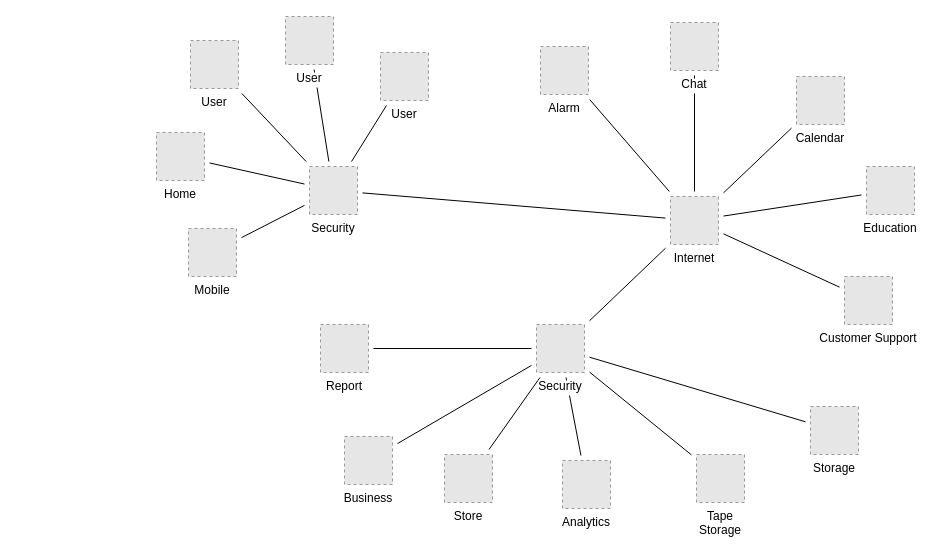
Before: 제목 없는 다이어그램.drawio in sentimentalhoon/sam9moFinance, a draw.io diagram. Source tidied: cells renumbered, new cells numbered last; positions are measured from the earlier drawing's top-left corner, leaving out a move shared by most shapes. Both pictures are drawn from the tidied source at 100%, with x=0, y=0 at pixel (156, 16). Pictures stored in the file or linked from it are replaced by grey dashed boxes.
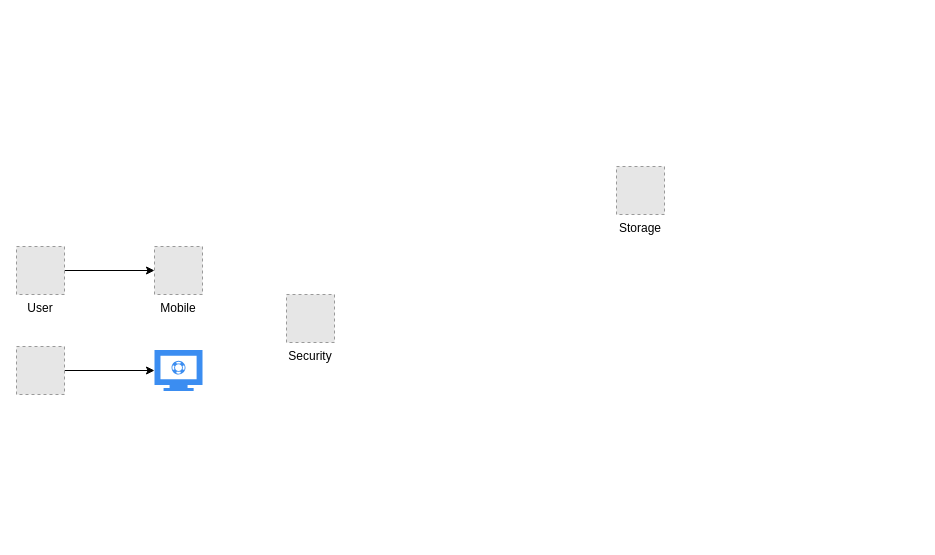
The same page after the edit.

Commit message:
제목 없는 다이어그램.drawio 업데이트

Change to the diagram source:
```diff
@@
-    <mxCell id="2" style="edgeStyle=none;rounded=0;jettySize=auto;html=1;sourcePerimeterSpacing=5;endArrow=none;endFill=0;targetPerimeterSpacing=5;" parent="1" edge="1" source="21" target="31">
-      <mxGeometry relative="1" as="geometry" />
-    </mxCell>
-    <mxCell id="3" style="edgeStyle=none;rounded=0;jettySize=auto;html=1;sourcePerimeterSpacing=5;endArrow=none;endFill=0;targetPerimeterSpacing=5;" parent="1" edge="1" source="24" target="31">
-      <mxGeometry relative="1" as="geometry" />
-    </mxCell>
-    <mxCell id="4" style="edgeStyle=none;rounded=0;jettySize=auto;html=1;sourcePerimeterSpacing=5;endArrow=none;endFill=0;targetPerimeterSpacing=5;" parent="1" edge="1" source="30" target="26">
-      <mxGeometry relative="1" as="geometry" />
-    </mxCell>
-    <mxCell id="5" style="edgeStyle=none;rounded=0;jettySize=auto;html=1;sourcePerimeterSpacing=5;endArrow=none;endFill=0;targetPerimeterSpacing=5;" parent="1" edge="1" source="30" target="22">
-      <mxGeometry relative="1" as="geometry" />
-    </mxCell>
-    <mxCell id="6" style="edgeStyle=none;rounded=0;jettySize=auto;html=1;sourcePerimeterSpacing=5;endArrow=none;endFill=0;targetPerimeterSpacing=5;" parent="1" edge="1" source="30" target="32">
-      <mxGeometry relative="1" as="geometry" />
-    </mxCell>
-    <mxCell id="7" style="edgeStyle=none;rounded=0;jettySize=auto;html=1;sourcePerimeterSpacing=5;endArrow=none;endFill=0;targetPerimeterSpacing=5;" parent="1" edge="1" source="30" target="25">
-      <mxGeometry relative="1" as="geometry" />
-    </mxCell>
-    <mxCell id="8" style="edgeStyle=none;rounded=0;jettySize=auto;html=1;sourcePerimeterSpacing=5;endArrow=none;endFill=0;targetPerimeterSpacing=5;" parent="1" edge="1" source="30" target="23">
-      <mxGeometry relative="1" as="geometry" />
-    </mxCell>
-    <mxCell id="9" style="edgeStyle=none;rounded=0;jettySize=auto;html=1;sourcePerimeterSpacing=5;endArrow=none;endFill=0;targetPerimeterSpacing=5;" parent="1" edge="1" source="30" target="38">
-      <mxGeometry relative="1" as="geometry" />
-    </mxCell>
-    <mxCell id="10" style="edgeStyle=none;rounded=0;jettySize=auto;html=1;sourcePerimeterSpacing=5;endArrow=none;endFill=0;targetPerimeterSpacing=5;" parent="1" edge="1" source="31" target="30">
-      <mxGeometry relative="1" as="geometry" />
-    </mxCell>
-    <mxCell id="11" style="edgeStyle=none;rounded=0;jettySize=auto;html=1;sourcePerimeterSpacing=5;endArrow=none;endFill=0;targetPerimeterSpacing=5;" parent="1" edge="1" source="35" target="31">
-      <mxGeometry relative="1" as="geometry" />
-    </mxCell>
-    <mxCell id="12" style="rounded=0;jettySize=auto;html=1;endArrow=none;endFill=0;sourcePerimeterSpacing=5;targetPerimeterSpacing=5;" parent="1" edge="1" source="36" target="31">
-      <mxGeometry relative="1" as="geometry" />
-    </mxCell>
-    <mxCell id="13" style="edgeStyle=none;rounded=0;jettySize=auto;html=1;sourcePerimeterSpacing=5;endArrow=none;endFill=0;targetPerimeterSpacing=5;" parent="1" edge="1" source="37" target="31">
-      <mxGeometry relative="1" as="geometry" />
-    </mxCell>
-    <mxCell id="14" style="edgeStyle=none;rounded=0;jettySize=auto;html=1;sourcePerimeterSpacing=5;endArrow=none;endFill=0;targetPerimeterSpacing=5;" parent="1" edge="1" source="38" target="28">
-      <mxGeometry relative="1" as="geometry" />
-    </mxCell>
-    <mxCell id="15" style="edgeStyle=none;rounded=0;jettySize=auto;html=1;sourcePerimeterSpacing=5;endArrow=none;endFill=0;targetPerimeterSpacing=5;" parent="1" edge="1" source="38" target="27">
-      <mxGeometry relative="1" as="geometry" />
-    </mxCell>
-    <mxCell id="16" style="edgeStyle=none;rounded=0;jettySize=auto;html=1;sourcePerimeterSpacing=5;endArrow=none;endFill=0;targetPerimeterSpacing=5;" parent="1" edge="1" source="38" target="34">
-      <mxGeometry relative="1" as="geometry" />
-    </mxCell>
-    <mxCell id="17" style="edgeStyle=none;rounded=0;jettySize=auto;html=1;sourcePerimeterSpacing=5;endArrow=none;endFill=0;targetPerimeterSpacing=5;" parent="1" edge="1" source="38" target="33">
-      <mxGeometry relative="1" as="geometry" />
-    </mxCell>
-    <mxCell id="18" style="edgeStyle=none;rounded=0;jettySize=auto;html=1;sourcePerimeterSpacing=5;endArrow=none;endFill=0;targetPerimeterSpacing=5;" parent="1" edge="1" source="38" target="20">
-      <mxGeometry relative="1" as="geometry" />
-    </mxCell>
-    <mxCell id="19" style="edgeStyle=none;rounded=0;jettySize=auto;html=1;sourcePerimeterSpacing=5;endArrow=none;endFill=0;targetPerimeterSpacing=5;" parent="1" edge="1" source="38" target="29">
-      <mxGeometry relative="1" as="geometry" />
-    </mxCell>
-    <mxCell id="20" value="Tape&#10;Storage" style="fillColor=#E6E6E6;strokeColor=#999999;dashed=1;verticalLabelPosition=bottom;verticalAlign=top;labelBackgroundColor=#ffffff;" parent="1" vertex="1">
-      <mxGeometry x="540" y="438" width="48" height="48" as="geometry" />
-    </mxCell>
     <mxCell id="21" value="Mobile" style="fillColor=#E6E6E6;strokeColor=#999999;dashed=1;verticalLabelPosition=bottom;verticalAlign=top;labelBackgroundColor=#ffffff;" parent="1" vertex="1">
-      <mxGeometry x="32" y="212" width="48" height="48" as="geometry" />
+      <mxGeometry x="-2" y="230" width="48" height="48" as="geometry" />
     </mxCell>
-    <mxCell id="22" value="Chat" style="fillColor=#E6E6E6;strokeColor=#999999;dashed=1;verticalLabelPosition=bottom;verticalAlign=top;labelBackgroundColor=#ffffff;" parent="1" vertex="1">
-      <mxGeometry x="514" y="6" width="48" height="48" as="geometry" />
-    </mxCell>
-    <mxCell id="23" value="Customer Support" style="fillColor=#E6E6E6;strokeColor=#999999;dashed=1;verticalLabelPosition=bottom;verticalAlign=top;labelBackgroundColor=#ffffff;" parent="1" vertex="1">
-      <mxGeometry x="688" y="260" width="48" height="48" as="geometry" />
-    </mxCell>
-    <mxCell id="24" value="Home" style="fillColor=#E6E6E6;strokeColor=#999999;dashed=1;verticalLabelPosition=bottom;verticalAlign=top;labelBackgroundColor=#ffffff;" parent="1" vertex="1">
-      <mxGeometry y="116" width="48" height="48" as="geometry" />
-    </mxCell>
-    <mxCell id="25" value="Education" style="fillColor=#E6E6E6;strokeColor=#999999;dashed=1;verticalLabelPosition=bottom;verticalAlign=top;labelBackgroundColor=#ffffff;" parent="1" vertex="1">
-      <mxGeometry x="710" y="150" width="48" height="48" as="geometry" />
-    </mxCell>
-    <mxCell id="26" value="Alarm" style="fillColor=#E6E6E6;strokeColor=#999999;dashed=1;verticalLabelPosition=bottom;verticalAlign=top;labelBackgroundColor=#ffffff;" parent="1" vertex="1">
-      <mxGeometry x="384" y="30" width="48" height="48" as="geometry" />
-    </mxCell>
-    <mxCell id="27" value="Business" style="fillColor=#E6E6E6;strokeColor=#999999;dashed=1;verticalLabelPosition=bottom;verticalAlign=top;labelBackgroundColor=#ffffff;" parent="1" vertex="1">
-      <mxGeometry x="188" y="420" width="48" height="48" as="geometry" />
-    </mxCell>
-    <mxCell id="28" value="Report" style="fillColor=#E6E6E6;strokeColor=#999999;dashed=1;verticalLabelPosition=bottom;verticalAlign=top;labelBackgroundColor=#ffffff;" parent="1" vertex="1">
-      <mxGeometry x="164" y="308" width="48" height="48" as="geometry" />
-    </mxCell>
     <mxCell id="29" value="Storage" style="fillColor=#E6E6E6;strokeColor=#999999;dashed=1;verticalLabelPosition=bottom;verticalAlign=top;labelBackgroundColor=#ffffff;" parent="1" vertex="1">
-      <mxGeometry x="654" y="390" width="48" height="48" as="geometry" />
+      <mxGeometry x="460" y="150" width="48" height="48" as="geometry" />
     </mxCell>
-    <mxCell id="30" value="Internet" style="fillColor=#E6E6E6;strokeColor=#999999;dashed=1;verticalLabelPosition=bottom;verticalAlign=top;labelBackgroundColor=#ffffff;" parent="1" vertex="1">
-      <mxGeometry x="514" y="180" width="48" height="48" as="geometry" />
-    </mxCell>
     <mxCell id="31" value="Security" style="fillColor=#E6E6E6;strokeColor=#999999;dashed=1;verticalLabelPosition=bottom;verticalAlign=top;labelBackgroundColor=#ffffff;" parent="1" vertex="1">
-      <mxGeometry x="153" y="150" width="48" height="48" as="geometry" />
+      <mxGeometry x="130" y="278" width="48" height="48" as="geometry" />
     </mxCell>
-    <mxCell id="32" value="Calendar" style="fillColor=#E6E6E6;strokeColor=#999999;dashed=1;verticalLabelPosition=bottom;verticalAlign=top;labelBackgroundColor=#ffffff;" parent="1" vertex="1">
-      <mxGeometry x="640" y="60" width="48" height="48" as="geometry" />
-    </mxCell>
-    <mxCell id="33" value="Analytics" style="fillColor=#E6E6E6;strokeColor=#999999;dashed=1;verticalLabelPosition=bottom;verticalAlign=top;labelBackgroundColor=#ffffff;" parent="1" vertex="1">
-      <mxGeometry x="406" y="444" width="48" height="48" as="geometry" />
-    </mxCell>
-    <mxCell id="34" value="Store" style="fillColor=#E6E6E6;strokeColor=#999999;dashed=1;verticalLabelPosition=bottom;verticalAlign=top;labelBackgroundColor=#ffffff;" parent="1" vertex="1">
-      <mxGeometry x="288" y="438" width="48" height="48" as="geometry" />
-    </mxCell>
+    <mxCell id="39" style="edgeStyle=orthogonalEdgeStyle;rounded=0;jettySize=auto;html=1;" parent="1" edge="1" source="35" target="21">
+      <mxGeometry relative="1" as="geometry" />
+    </mxCell>
     <mxCell id="35" value="User" style="fillColor=#E6E6E6;strokeColor=#999999;dashed=1;verticalLabelPosition=bottom;verticalAlign=top;labelBackgroundColor=#ffffff;" parent="1" vertex="1">
-      <mxGeometry x="34" y="24" width="48" height="48" as="geometry" />
+      <mxGeometry x="-140" y="230" width="48" height="48" as="geometry" />
     </mxCell>
-    <mxCell id="36" value="User" style="fillColor=#E6E6E6;strokeColor=#999999;dashed=1;verticalLabelPosition=bottom;verticalAlign=top;labelBackgroundColor=#ffffff;" parent="1" vertex="1">
-      <mxGeometry x="224" y="36" width="48" height="48" as="geometry" />
-    </mxCell>
-    <mxCell id="37" value="User" style="fillColor=#E6E6E6;strokeColor=#999999;dashed=1;verticalLabelPosition=bottom;verticalAlign=top;labelBackgroundColor=#ffffff;" parent="1" vertex="1">
-      <mxGeometry x="129" width="48" height="48" as="geometry" />
-    </mxCell>
-    <mxCell id="38" value="Security" style="fillColor=#E6E6E6;strokeColor=#999999;dashed=1;verticalLabelPosition=bottom;verticalAlign=top;labelBackgroundColor=#ffffff;" parent="1" vertex="1">
-      <mxGeometry x="380" y="308" width="48" height="48" as="geometry" />
-    </mxCell>
+    <mxCell id="40" style="edgeStyle=orthogonalEdgeStyle;rounded=0;jettySize=auto;html=1;" parent="1" edge="1" source="41" target="42">
+      <mxGeometry relative="1" as="geometry" />
+    </mxCell>
+    <mxCell id="41" style="fillColor=#E6E6E6;strokeColor=#999999;dashed=1;verticalLabelPosition=bottom;verticalAlign=top;" parent="1" vertex="1">
+      <mxGeometry x="-140" y="330" width="48" height="48" as="geometry" />
+    </mxCell>
+    <mxCell id="42" style="sketch=0;html=1;strokeColor=none;shadow=0;fillColor=#3B8DF1;verticalAlign=top;labelPosition=center;verticalLabelPosition=bottom;shape=mxgraph.gcp2.monitor;" parent="1" vertex="1">
+      <mxGeometry x="-2" y="333.6" width="48" height="40.8" as="geometry" />
+    </mxCell>
```
